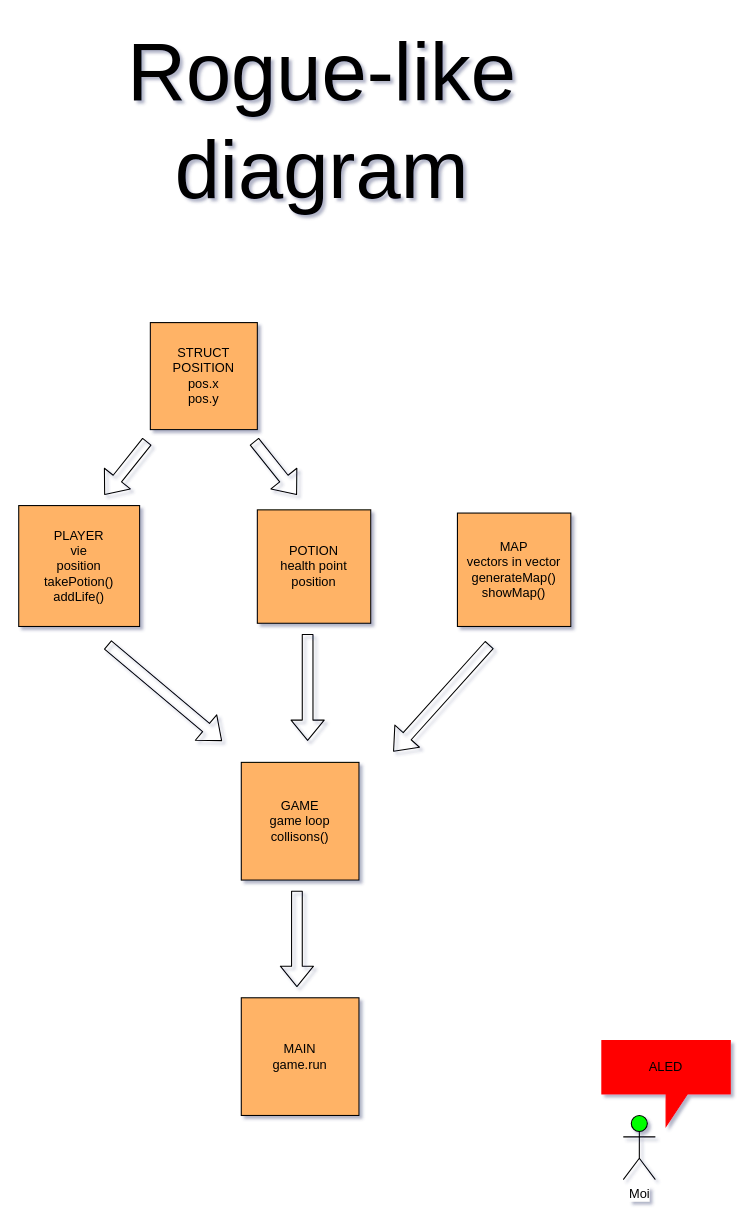
Earlier version of the draw.io diagram Rogue-like.drawio (Worgaros/Rogue-Like_draw.io). Source tidied: cells renumbered, new cells numbered last; positions are measured from the earlier drawing's top-left corner, leaving out a move shared by most shapes. Both pictures are drawn from the tidied source at 107%, with x=0, y=0 at pixel (18, 18).
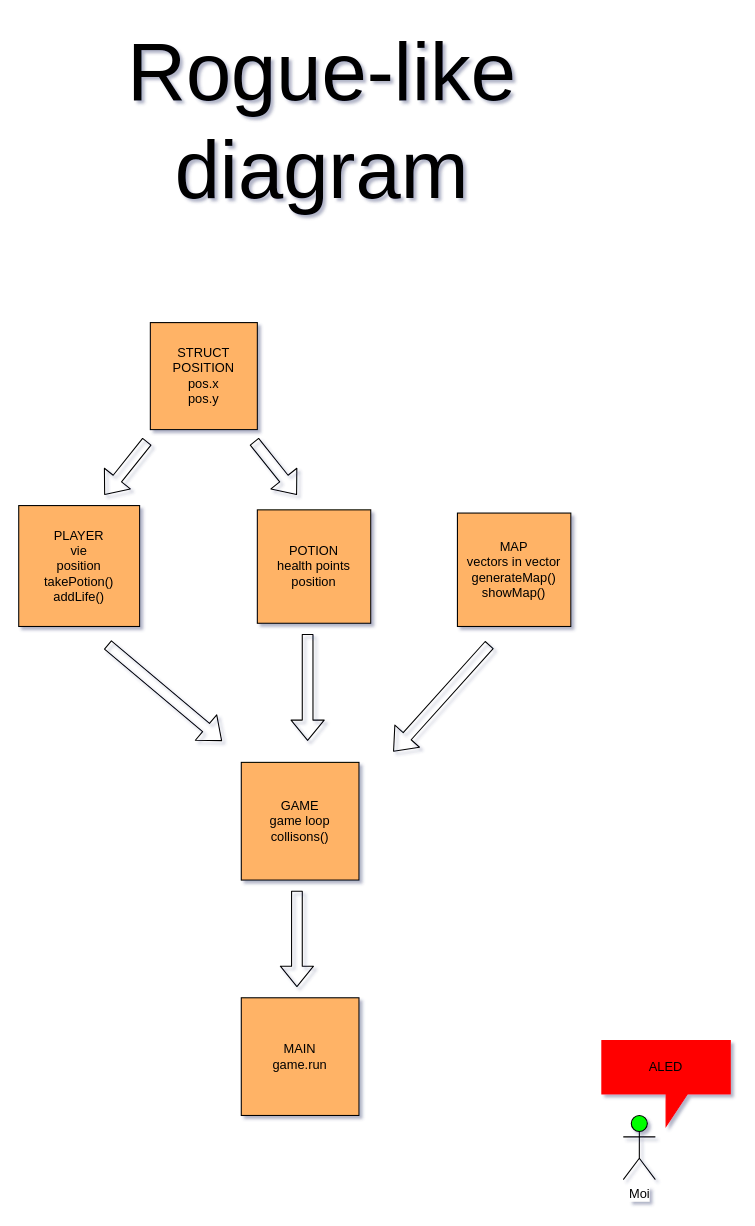
The same diagram, later.

Commit message:
addes "s" to health points

Diff of the diagram source:
```diff
@@
-    <mxCell id="6" value="POTION&lt;br&gt;health point&lt;br&gt;position" style="whiteSpace=wrap;html=1;strokeColor=#000000;fillColor=#FFB366;" parent="1" vertex="1">
+    <mxCell id="6" value="POTION&lt;br&gt;health points&lt;br&gt;position" style="whiteSpace=wrap;html=1;strokeColor=#000000;fillColor=#FFB366;" parent="1" vertex="1">
       <mxGeometry x="223" y="459" width="106" height="106" as="geometry" />
     </mxCell>
```
